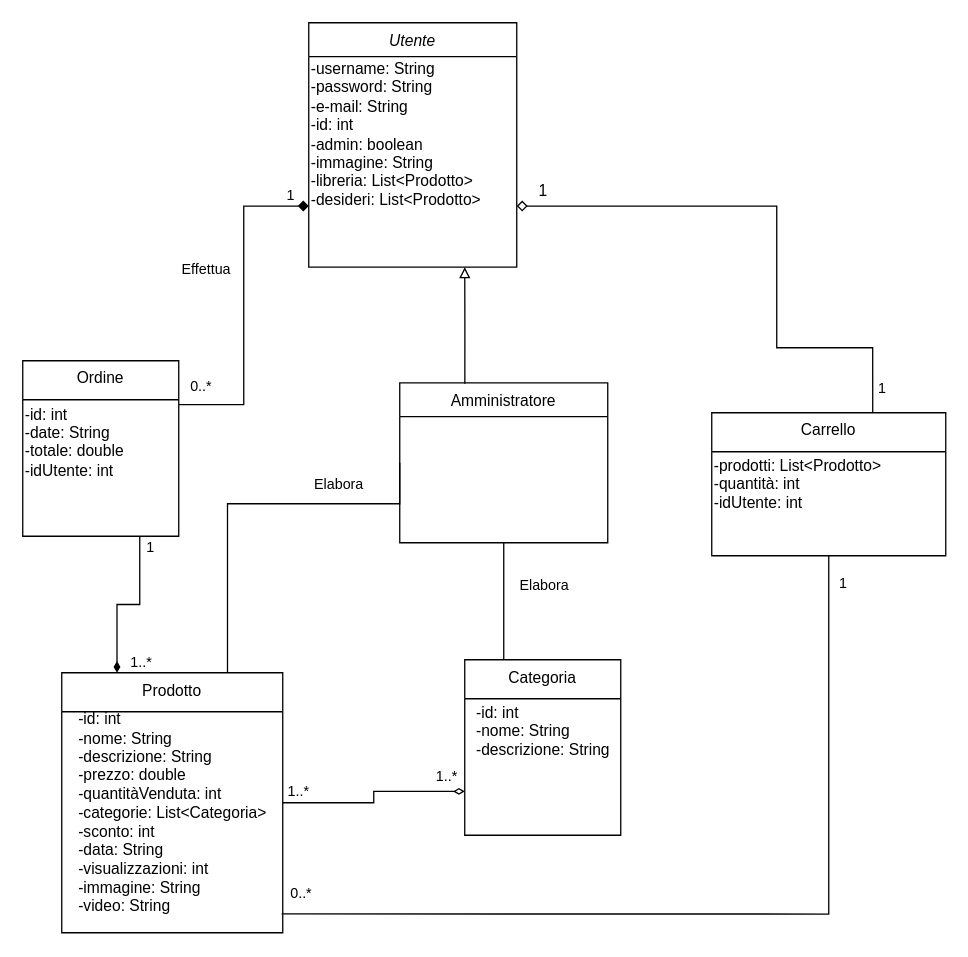
Before: DELIVERABLES/RAD/Class Diagram/Class Diagram.drawio in cirofalcianoproductions/InfinityGames, a draw.io diagram. Source tidied: cells renumbered, new cells numbered last; positions are measured from the earlier drawing's top-left corner, leaving out a move shared by most shapes. Both pictures are drawn from the tidied source at 130%, with x=0, y=0 at pixel (22, 22).
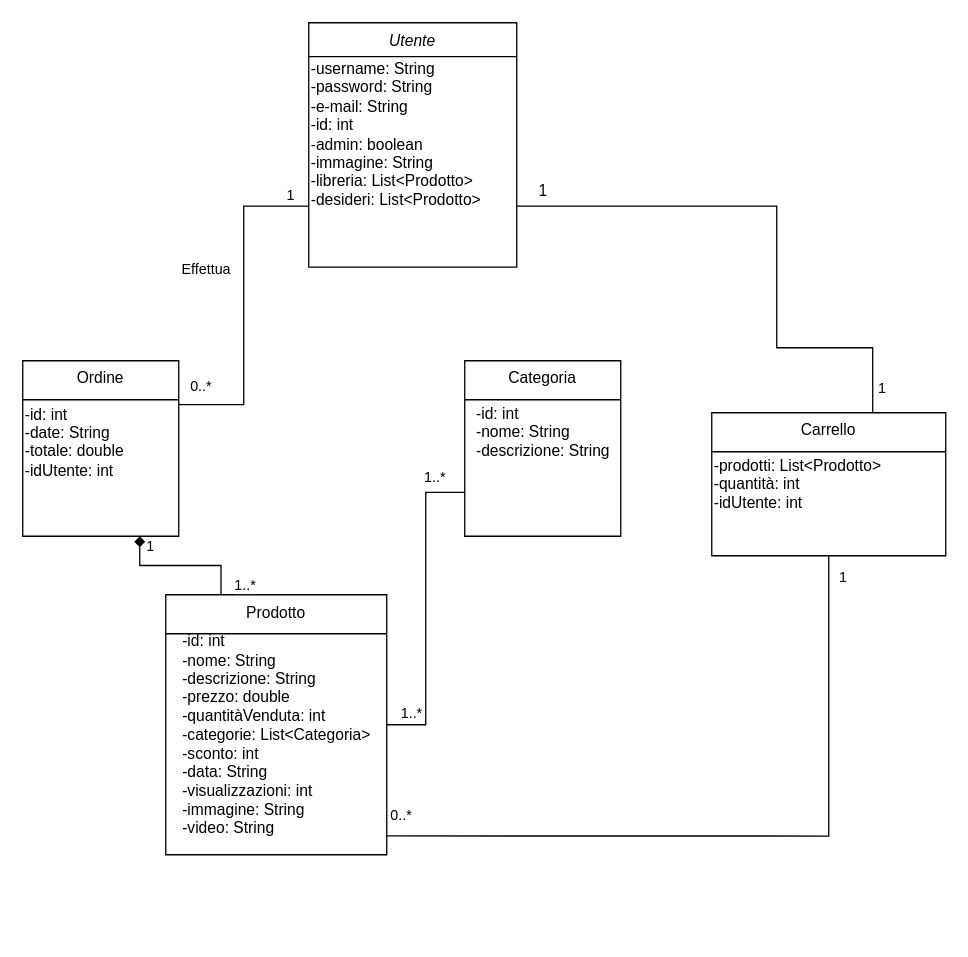
The same page after the edit.

The change refers to these unchanged cells:
```xml
<mxCell id="2" value="Utente" style="swimlane;fontStyle=2;align=center;verticalAlign=top;horizontal=1;startSize=26;rounded=0;shadow=0;strokeWidth=1;" parent="1" vertex="1">
  <mxGeometry x="220" width="160" height="188" as="geometry" />
</mxCell>
<mxCell id="7" value="Carrello&#10;" style="swimlane;fontStyle=0;align=center;verticalAlign=top;horizontal=1;startSize=30;rounded=0;shadow=0;strokeWidth=1;" parent="1" vertex="1">
  <mxGeometry x="530" y="300" width="180" height="110" as="geometry" />
</mxCell>
<mxCell id="11" value="Ordine" style="swimlane;fontStyle=0;align=center;verticalAlign=top;horizontal=1;startSize=30;rounded=0;shadow=0;strokeWidth=1;" parent="1" vertex="1">
  <mxGeometry y="260" width="120" height="135" as="geometry" />
</mxCell>
```

Diff of the diagram source:
```diff
@@
-    <mxCell id="4" style="edgeStyle=orthogonalEdgeStyle;rounded=0;jettySize=auto;html=1;entryX=0.688;entryY=0.003;entryDx=0;entryDy=0;entryPerimeter=0;endArrow=none;endFill=0;startArrow=diamond;startFill=0;exitX=1;exitY=0.75;exitDx=0;exitDy=0;" parent="1" edge="1" source="2" target="7">
+    <mxCell id="4" style="edgeStyle=orthogonalEdgeStyle;rounded=0;jettySize=auto;html=1;entryX=0.688;entryY=0.003;entryDx=0;entryDy=0;entryPerimeter=0;endArrow=none;endFill=0;startArrow=none;startFill=0;exitX=1;exitY=0.75;exitDx=0;exitDy=0;" parent="1" edge="1" source="2" target="7">
       <mxGeometry relative="1" as="geometry">
         <Array as="points">
           <mxPoint x="580" y="141" />
           <mxPoint x="580" y="250" />
           <mxPoint x="654" y="250" />
         </Array>
       </mxGeometry>
     </mxCell>
@@
-    <mxCell id="6" value="Amministratore" style="swimlane;fontStyle=0;align=center;verticalAlign=top;horizontal=1;startSize=26;rounded=0;shadow=0;strokeWidth=1;" parent="1" vertex="1">
-      <mxGeometry x="290" y="277" width="160" height="123" as="geometry" />
-    </mxCell>
@@
     <mxCell id="9" value="Categoria" style="swimlane;fontStyle=0;align=center;verticalAlign=top;horizontal=1;startSize=30;rounded=0;shadow=0;strokeWidth=1;" parent="1" vertex="1">
-      <mxGeometry x="340" y="490" width="120" height="135" as="geometry" />
+      <mxGeometry x="340" y="260" width="120" height="135" as="geometry" />
     </mxCell>
@@
     <mxCell id="13" value="Prodotto&#10;" style="swimlane;fontStyle=0;align=center;verticalAlign=top;horizontal=1;startSize=30;rounded=0;shadow=0;strokeWidth=1;" parent="1" vertex="1">
-      <mxGeometry x="30" y="500" width="170" height="200" as="geometry" />
+      <mxGeometry x="110" y="440" width="170" height="200" as="geometry" />
     </mxCell>
@@
-    <mxCell id="15" style="endArrow=block;html=1;exitX=0.313;exitY=0.005;exitDx=0;exitDy=0;exitPerimeter=0;entryX=0.75;entryY=1;entryDx=0;entryDy=0;edgeStyle=orthogonalEdgeStyle;rounded=0;endFill=0;" parent="1" edge="1" source="6" target="2">
-      <mxGeometry relative="1" as="geometry" />
-    </mxCell>
-    <mxCell id="16" style="endArrow=diamond;html=1;entryX=0;entryY=0.75;entryDx=0;entryDy=0;edgeStyle=orthogonalEdgeStyle;exitX=1;exitY=0.25;exitDx=0;exitDy=0;rounded=0;endFill=1;" parent="1" edge="1" source="11" target="2">
+    <mxCell id="16" style="endArrow=none;html=1;entryX=0;entryY=0.75;entryDx=0;entryDy=0;edgeStyle=orthogonalEdgeStyle;exitX=1;exitY=0.25;exitDx=0;exitDy=0;rounded=0;endFill=0;" parent="1" edge="1" source="11" target="2">
       <mxGeometry relative="1" as="geometry" />
     </mxCell>
@@
-    <mxCell id="20" style="endArrow=none;html=1;exitX=0.25;exitY=0;exitDx=0;exitDy=0;edgeStyle=orthogonalEdgeStyle;rounded=0;entryX=0.75;entryY=1;entryDx=0;entryDy=0;endFill=0;startArrow=diamondThin;startFill=1;" parent="1" edge="1" source="13" target="11">
+    <mxCell id="20" style="endArrow=diamond;html=1;exitX=0.25;exitY=0;exitDx=0;exitDy=0;edgeStyle=orthogonalEdgeStyle;rounded=0;entryX=0.75;entryY=1;entryDx=0;entryDy=0;endFill=1;startArrow=none;startFill=0;" parent="1" edge="1" source="13" target="11">
       <mxGeometry relative="1" as="geometry" />
     </mxCell>
@@
-    <mxCell id="24" style="endArrow=none;html=1;exitX=0.75;exitY=0;exitDx=0;exitDy=0;entryX=0;entryY=0.5;entryDx=0;entryDy=0;edgeStyle=orthogonalEdgeStyle;rounded=0;" parent="1" edge="1" source="13" target="6">
-      <mxGeometry relative="1" as="geometry">
-        <Array as="points">
-          <mxPoint x="158" y="370" />
-          <mxPoint x="290" y="370" />
-        </Array>
-      </mxGeometry>
-    </mxCell>
-    <mxCell id="25" value="Elabora" style="edgeLabel;html=1;align=center;verticalAlign=middle;" parent="24" vertex="1">
-      <mxGeometry x="0.46" y="1" relative="1" as="geometry">
-        <mxPoint y="-15" as="offset" />
-      </mxGeometry>
-    </mxCell>
-    <mxCell id="26" style="endArrow=none;html=1;entryX=0.5;entryY=1;entryDx=0;entryDy=0;exitX=0.25;exitY=0;exitDx=0;exitDy=0;edgeStyle=orthogonalEdgeStyle;rounded=0;" parent="1" edge="1" source="9" target="6">
-      <mxGeometry relative="1" as="geometry" />
-    </mxCell>
-    <mxCell id="27" value="Elabora" style="edgeLabel;html=1;align=center;verticalAlign=middle;" parent="26" vertex="1">
-      <mxGeometry x="0.32" y="2" relative="1" as="geometry">
-        <mxPoint x="32" y="1" as="offset" />
-      </mxGeometry>
-    </mxCell>
-    <mxCell id="28" style="endArrow=diamondThin;html=1;exitX=1;exitY=0.5;exitDx=0;exitDy=0;entryX=0;entryY=0.75;entryDx=0;entryDy=0;edgeStyle=orthogonalEdgeStyle;rounded=0;endFill=0;" parent="1" edge="1" source="13" target="9">
+    <mxCell id="28" style="endArrow=none;html=1;exitX=1;exitY=0.5;exitDx=0;exitDy=0;entryX=0;entryY=0.75;entryDx=0;entryDy=0;edgeStyle=orthogonalEdgeStyle;rounded=0;endFill=0;" parent="1" edge="1" source="13" target="9">
       <mxGeometry relative="1" as="geometry" />
     </mxCell>
```
